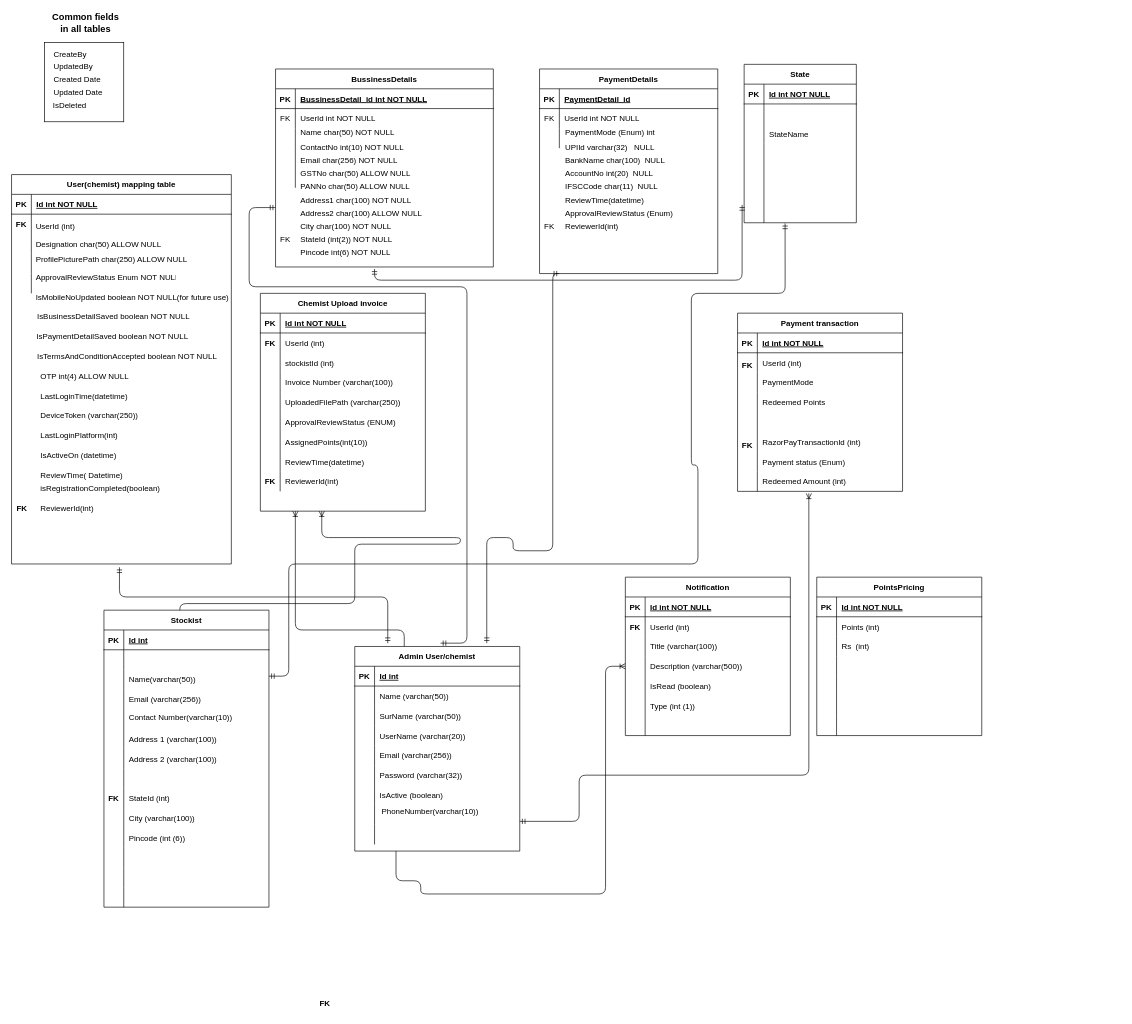
The draw.io diagram ProfitorERD.drawio in NirikshaSoni/TestProject, before the edit. Source tidied: cells renumbered, new cells numbered last; positions are measured from the earlier drawing's top-left corner, leaving out a move shared by most shapes. Both pictures are drawn from the tidied source at 66%, with x=0, y=0 at pixel (11, 16).
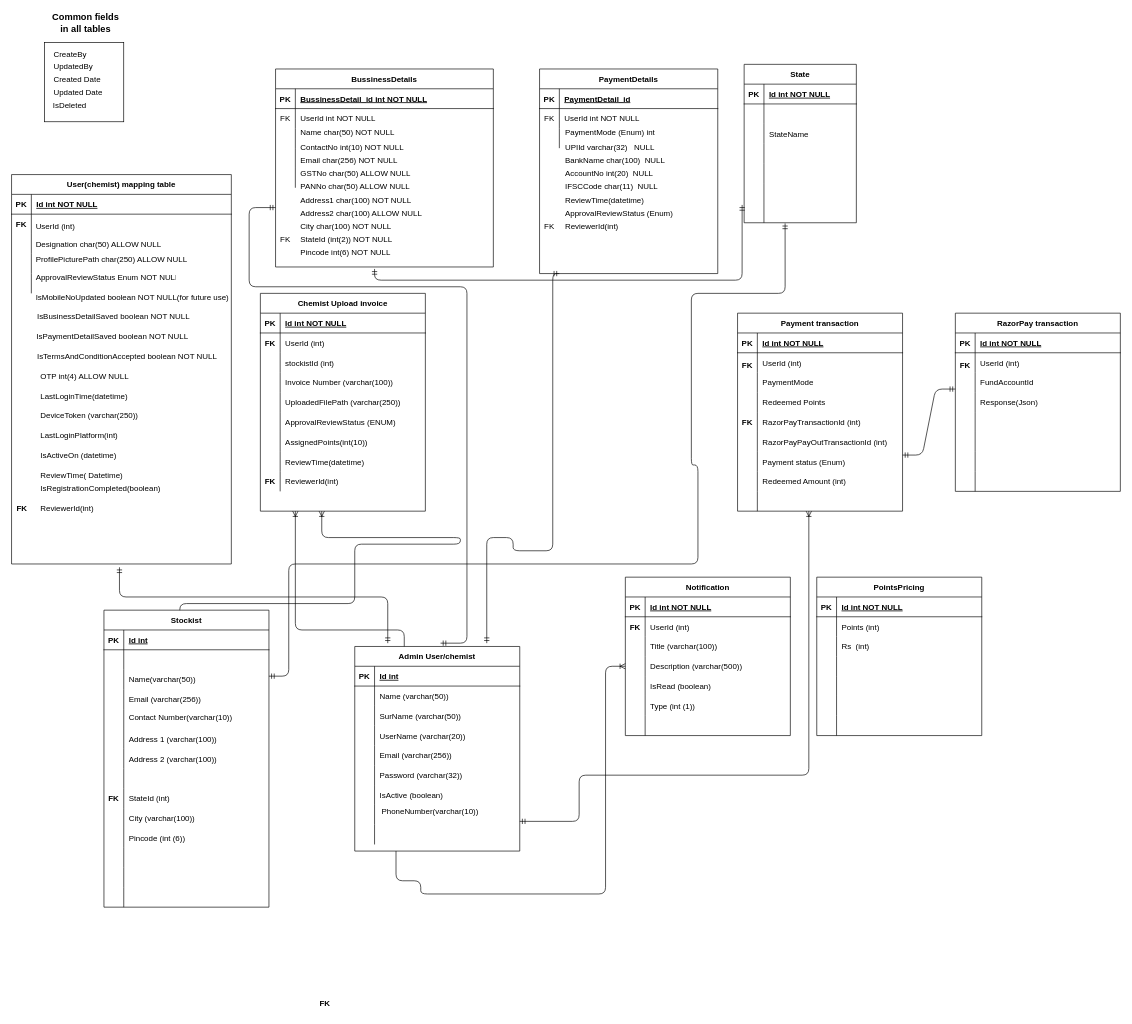
The same diagram, later.

Unchanged cells that the change refers to:
```xml
<mxCell id="82" style="shape=partialRectangle;fillColor=none;points=[[0,0.5],[1,0.5]];portConstraint=eastwest;top=0;left=0;right=0;bottom=0;" parent="60" vertex="1">
  <mxGeometry y="240" width="250" height="30" as="geometry" />
</mxCell>
```

The edit, as a diff of the source:
```diff
@@
     <mxCell id="60" value="Payment transaction" style="shape=table;startSize=30;childLayout=tableLayout;rowLines=0;fontStyle=1;align=center;" parent="1" vertex="1">
-      <mxGeometry x="1100" y="450" width="250" height="270" as="geometry" />
+      <mxGeometry x="1100" y="450" width="250" height="300" as="geometry" />
     </mxCell>
@@
-    <mxCell id="73" style="shape=partialRectangle;fillColor=none;top=0;left=0;right=0;bottom=0;" parent="60" vertex="1">
-      <mxGeometry y="150" width="250" height="30" as="geometry" />
-    </mxCell>
-    <mxCell id="74" style="shape=partialRectangle;overflow=hidden;fillColor=none;top=0;left=0;bottom=0;right=0;" parent="73" vertex="1">
-      <mxGeometry width="30" height="30" as="geometry" />
-    </mxCell>
-    <mxCell id="75" style="shape=partialRectangle;overflow=hidden;fillColor=none;top=0;left=0;bottom=0;right=0;align=left;spacingLeft=6;" parent="73" vertex="1">
-      <mxGeometry x="30" width="220" height="30" as="geometry" />
-    </mxCell>
     <mxCell id="76" style="shape=partialRectangle;fillColor=none;top=0;left=0;right=0;bottom=0;" parent="60" vertex="1">
-      <mxGeometry y="180" width="250" height="30" as="geometry" />
+      <mxGeometry y="150" width="250" height="30" as="geometry" />
     </mxCell>
@@
+    <mxCell id="298" style="shape=partialRectangle;fillColor=none;top=0;left=0;right=0;bottom=0;" parent="60" vertex="1">
+      <mxGeometry y="180" width="250" height="30" as="geometry" />
+    </mxCell>
+    <mxCell id="299" style="shape=partialRectangle;overflow=hidden;fillColor=none;top=0;left=0;bottom=0;right=0;" parent="298" vertex="1">
+      <mxGeometry width="30" height="30" as="geometry" />
+    </mxCell>
+    <mxCell id="300" value="RazorPayPayOutTransactionId (int)" style="shape=partialRectangle;overflow=hidden;fillColor=none;top=0;left=0;bottom=0;right=0;align=left;spacingLeft=6;" parent="298" vertex="1">
+      <mxGeometry x="30" width="220" height="30" as="geometry" />
+    </mxCell>
@@
+    <mxCell id="73" style="shape=partialRectangle;fillColor=none;top=0;left=0;right=0;bottom=0;" parent="60" vertex="1">
+      <mxGeometry y="270" width="250" height="30" as="geometry" />
+    </mxCell>
+    <mxCell id="74" style="shape=partialRectangle;overflow=hidden;fillColor=none;top=0;left=0;bottom=0;right=0;" parent="73" vertex="1">
+      <mxGeometry width="30" height="30" as="geometry" />
+    </mxCell>
+    <mxCell id="75" style="shape=partialRectangle;overflow=hidden;fillColor=none;top=0;left=0;bottom=0;right=0;align=left;spacingLeft=6;" parent="73" vertex="1">
+      <mxGeometry x="30" width="220" height="30" as="geometry" />
+    </mxCell>
@@
     <mxCell id="194" value="FK" style="shape=partialRectangle;overflow=hidden;fillColor=none;top=0;left=0;bottom=0;right=0;fontStyle=1;" parent="1" vertex="1">
-      <mxGeometry x="1100" y="635" width="30" height="30" as="geometry" />
+      <mxGeometry x="1100" y="600" width="30" height="30" as="geometry" />
     </mxCell>
@@
-    <mxCell id="209" value="isRegistrationCompleted(boolean)" style="shape=partialRectangle;overflow=hidden;fillColor=none;top=0;left=0;bottom=0;right=0;align=left;spacingLeft=6;" parent="1" vertex="1">
+    <mxCell id="209" value="IsRegistrationCompleted(boolean)" style="shape=partialRectangle;overflow=hidden;fillColor=none;top=0;left=0;bottom=0;right=0;align=left;spacingLeft=6;" parent="1" vertex="1">
       <mxGeometry x="36" y="700" width="287" height="30" as="geometry" />
     </mxCell>
@@
-    <mxCell id="297" style="edgeStyle=orthogonalEdgeStyle;fontSize=12;html=1;endArrow=ERoneToMany;startArrow=ERmandOne;entryX=0.432;entryY=1.1;entryDx=0;entryDy=0;entryPerimeter=0;" parent="1" edge="1" target="82">
+    <mxCell id="297" style="edgeStyle=orthogonalEdgeStyle;fontSize=12;html=1;endArrow=ERoneToMany;startArrow=ERmandOne;" parent="1" edge="1">
       <mxGeometry relative="1" as="geometry">
         <mxPoint x="770" y="1220" as="sourcePoint" />
+        <mxPoint x="1208" y="750" as="targetPoint" />
         <Array as="points">
           <mxPoint x="860" y="1220" />
           <mxPoint x="860" y="1150" />
           <mxPoint x="1208" y="1150" />
         </Array>
       </mxGeometry>
     </mxCell>
+    <mxCell id="301" value="RazorPay transaction" style="shape=table;startSize=30;childLayout=tableLayout;rowLines=0;fontStyle=1;align=center;" parent="1" vertex="1">
+      <mxGeometry x="1430" y="450" width="250" height="270" as="geometry" />
+    </mxCell>
+    <mxCell id="302" style="shape=partialRectangle;fillColor=none;top=0;left=0;right=0;bottom=1;" parent="301" vertex="1">
+      <mxGeometry y="30" width="250" height="30" as="geometry" />
+    </mxCell>
+    <mxCell id="303" value="PK" style="shape=partialRectangle;overflow=hidden;fillColor=none;top=0;left=0;bottom=0;right=0;fontStyle=1;" parent="302" vertex="1">
+      <mxGeometry width="30" height="30" as="geometry" />
+    </mxCell>
+    <mxCell id="304" value="Id int NOT NULL " style="shape=partialRectangle;overflow=hidden;fillColor=none;top=0;left=0;bottom=0;right=0;align=left;spacingLeft=6;fontStyle=5;" parent="302" vertex="1">
+      <mxGeometry x="30" width="220" height="30" as="geometry" />
+    </mxCell>
+    <mxCell id="305" style="shape=partialRectangle;fillColor=none;top=0;left=0;right=0;bottom=0;" parent="301" vertex="1">
+      <mxGeometry y="60" width="250" height="30" as="geometry" />
+    </mxCell>
+    <mxCell id="306" style="shape=partialRectangle;overflow=hidden;fillColor=none;top=0;left=0;bottom=0;right=0;" parent="305" vertex="1">
+      <mxGeometry width="30" height="30" as="geometry" />
+    </mxCell>
+    <mxCell id="307" value="UserId (int)" style="shape=partialRectangle;overflow=hidden;fillColor=none;top=0;left=0;bottom=0;right=0;align=left;spacingLeft=6;" parent="305" vertex="1">
+      <mxGeometry x="30" width="220" height="30" as="geometry" />
+    </mxCell>
+    <mxCell id="308" style="shape=partialRectangle;fillColor=none;top=0;left=0;right=0;bottom=0;" parent="301" vertex="1">
+      <mxGeometry y="90" width="250" height="30" as="geometry" />
+    </mxCell>
+    <mxCell id="309" style="shape=partialRectangle;overflow=hidden;fillColor=none;top=0;left=0;bottom=0;right=0;" parent="308" vertex="1">
+      <mxGeometry width="30" height="30" as="geometry" />
+    </mxCell>
+    <mxCell id="310" value="FundAccountId" style="shape=partialRectangle;overflow=hidden;fillColor=none;top=0;left=0;bottom=0;right=0;align=left;spacingLeft=6;" parent="308" vertex="1">
+      <mxGeometry x="30" width="220" height="30" as="geometry" />
+    </mxCell>
+    <mxCell id="311" style="shape=partialRectangle;fillColor=none;top=0;left=0;right=0;bottom=0;" parent="301" vertex="1">
+      <mxGeometry y="120" width="250" height="30" as="geometry" />
+    </mxCell>
+    <mxCell id="312" style="shape=partialRectangle;overflow=hidden;fillColor=none;top=0;left=0;bottom=0;right=0;" parent="311" vertex="1">
+      <mxGeometry width="30" height="30" as="geometry" />
+    </mxCell>
+    <mxCell id="313" value="Response(Json)" style="shape=partialRectangle;overflow=hidden;fillColor=none;top=0;left=0;bottom=0;right=0;align=left;spacingLeft=6;" parent="311" vertex="1">
+      <mxGeometry x="30" width="220" height="30" as="geometry" />
+    </mxCell>
+    <mxCell id="314" style="shape=partialRectangle;fillColor=none;top=0;left=0;right=0;bottom=0;" parent="301" vertex="1">
+      <mxGeometry y="150" width="250" height="30" as="geometry" />
+    </mxCell>
+    <mxCell id="315" style="shape=partialRectangle;overflow=hidden;fillColor=none;top=0;left=0;bottom=0;right=0;" parent="314" vertex="1">
+      <mxGeometry width="30" height="30" as="geometry" />
+    </mxCell>
+    <mxCell id="316" style="shape=partialRectangle;overflow=hidden;fillColor=none;top=0;left=0;bottom=0;right=0;align=left;spacingLeft=6;" parent="314" vertex="1">
+      <mxGeometry x="30" width="220" height="30" as="geometry" />
+    </mxCell>
+    <mxCell id="317" style="shape=partialRectangle;fillColor=none;top=0;left=0;right=0;bottom=0;" parent="301" vertex="1">
+      <mxGeometry y="180" width="250" height="30" as="geometry" />
+    </mxCell>
+    <mxCell id="318" style="shape=partialRectangle;overflow=hidden;fillColor=none;top=0;left=0;bottom=0;right=0;" parent="317" vertex="1">
+      <mxGeometry width="30" height="30" as="geometry" />
+    </mxCell>
+    <mxCell id="319" style="shape=partialRectangle;overflow=hidden;fillColor=none;top=0;left=0;bottom=0;right=0;align=left;spacingLeft=6;" parent="317" vertex="1">
+      <mxGeometry x="30" width="220" height="30" as="geometry" />
+    </mxCell>
+    <mxCell id="320" style="shape=partialRectangle;fillColor=none;top=0;left=0;right=0;bottom=0;" parent="301" vertex="1">
+      <mxGeometry y="210" width="250" height="30" as="geometry" />
+    </mxCell>
+    <mxCell id="321" style="shape=partialRectangle;overflow=hidden;fillColor=none;top=0;left=0;bottom=0;right=0;" parent="320" vertex="1">
+      <mxGeometry width="30" height="30" as="geometry" />
+    </mxCell>
+    <mxCell id="322" style="shape=partialRectangle;overflow=hidden;fillColor=none;top=0;left=0;bottom=0;right=0;align=left;spacingLeft=6;" parent="320" vertex="1">
+      <mxGeometry x="30" width="220" height="30" as="geometry" />
+    </mxCell>
+    <mxCell id="323" style="shape=partialRectangle;fillColor=none;top=0;left=0;right=0;bottom=0;" parent="301" vertex="1">
+      <mxGeometry y="240" width="250" height="30" as="geometry" />
+    </mxCell>
+    <mxCell id="324" style="shape=partialRectangle;overflow=hidden;fillColor=none;top=0;left=0;bottom=0;right=0;" parent="323" vertex="1">
+      <mxGeometry width="30" height="30" as="geometry" />
+    </mxCell>
+    <mxCell id="325" style="shape=partialRectangle;overflow=hidden;fillColor=none;top=0;left=0;bottom=0;right=0;align=left;spacingLeft=6;" parent="323" vertex="1">
+      <mxGeometry x="30" width="220" height="30" as="geometry" />
+    </mxCell>
+    <mxCell id="326" value="FK" style="shape=partialRectangle;overflow=hidden;fillColor=none;top=0;left=0;bottom=0;right=0;fontStyle=1;" parent="1" vertex="1">
+      <mxGeometry x="1430" y="513" width="30" height="30" as="geometry" />
+    </mxCell>
+    <mxCell id="327" style="edgeStyle=entityRelationEdgeStyle;fontSize=12;html=1;endArrow=ERmandOne;startArrow=ERmandOne;" parent="1" edge="1">
+      <mxGeometry relative="1" as="geometry">
+        <mxPoint x="1350" y="665" as="sourcePoint" />
+        <mxPoint x="1430" y="565" as="targetPoint" />
+      </mxGeometry>
+    </mxCell>
```
